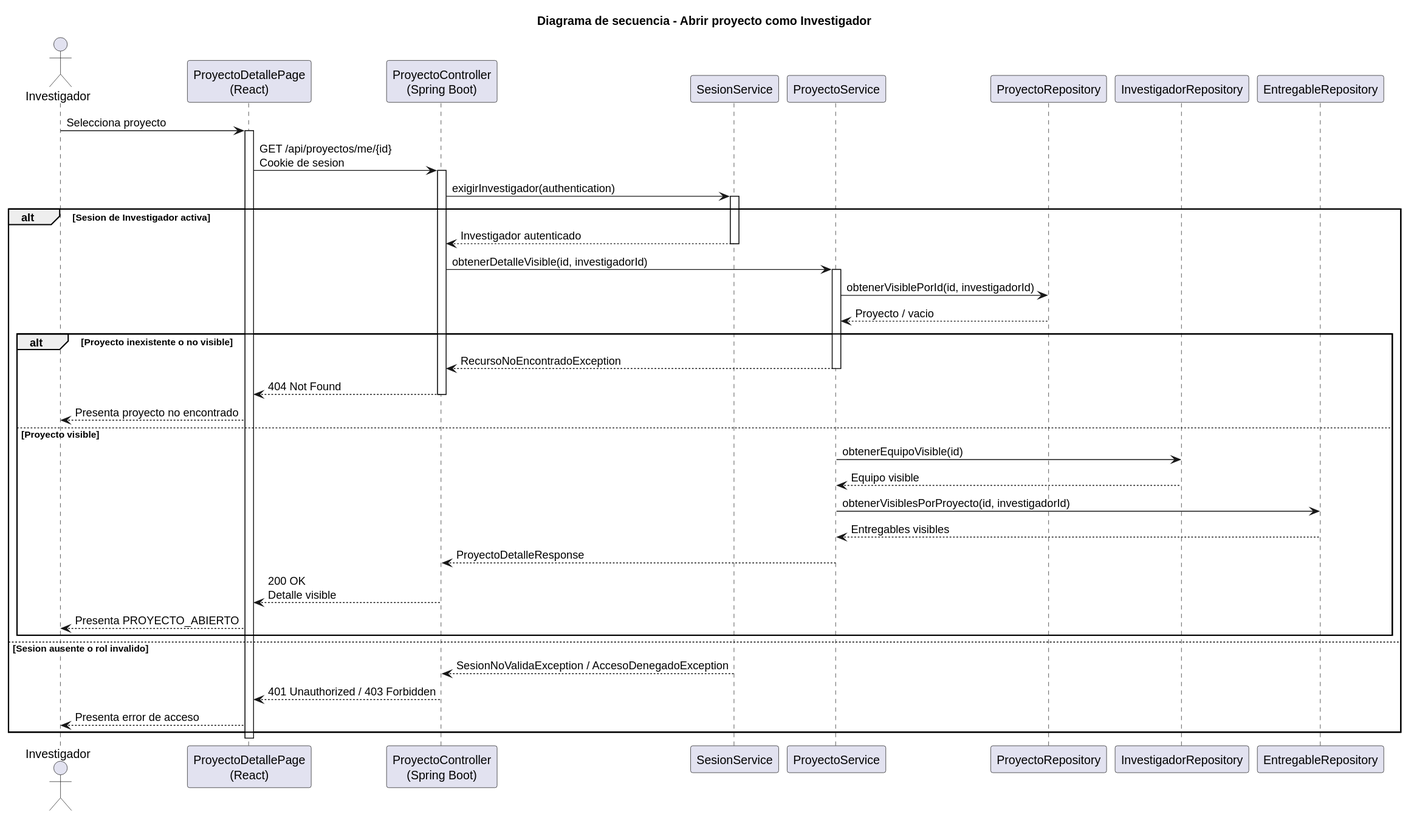
Above: images/RUP/02-diseño/casos-uso/investigador/abrirProyecto/secuencia.svg in beatriizorozco/25-26-idsw2-sdVC (PlantUML), before the change. The source it was exported from:
```plantuml
@startuml
title Diagrama de secuencia - Abrir proyecto como Investigador

actor Investigador
participant "ProyectoDetallePage\n(React)" as Frontend
participant "ProyectoController\n(Spring Boot)" as Api
participant "SesionService" as Sesion
participant "ProyectoService" as Service
participant "ProyectoRepository" as Repo
participant "InvestigadorRepository" as InvestigadorRepo
participant "EntregableRepository" as EntregableRepo

Investigador -> Frontend: Selecciona proyecto
activate Frontend
Frontend -> Api: GET /api/proyectos/me/{id}\nCookie de sesion
activate Api
Api -> Sesion: exigirInvestigador(authentication)
activate Sesion
alt Sesion de Investigador activa
    Sesion --> Api: Investigador autenticado
    deactivate Sesion
    Api -> Service: obtenerDetalleVisible(id, investigadorId)
    activate Service
    Service -> Repo: obtenerVisiblePorId(id, investigadorId)
    Repo --> Service: Proyecto / vacio
    alt Proyecto inexistente o no visible
        Service --> Api: RecursoNoEncontradoException
        deactivate Service
        Api --> Frontend: 404 Not Found
        deactivate Api
        Frontend --> Investigador: Presenta proyecto no encontrado
    else Proyecto visible
        Service -> InvestigadorRepo: obtenerEquipoVisible(id)
        InvestigadorRepo --> Service: Equipo visible
        Service -> EntregableRepo: obtenerVisiblesPorProyecto(id, investigadorId)
        EntregableRepo --> Service: Entregables visibles
        Service --> Api: ProyectoDetalleResponse
        deactivate Service
        Api --> Frontend: 200 OK\nDetalle visible
        deactivate Api
        Frontend --> Investigador: Presenta PROYECTO_ABIERTO
    end
else Sesion ausente o rol invalido
    Sesion --> Api: SesionNoValidaException / AccesoDenegadoException
    deactivate Sesion
    Api --> Frontend: 401 Unauthorized / 403 Forbidden
    deactivate Api
    Frontend --> Investigador: Presenta error de acceso
end
deactivate Frontend
@enduml
```
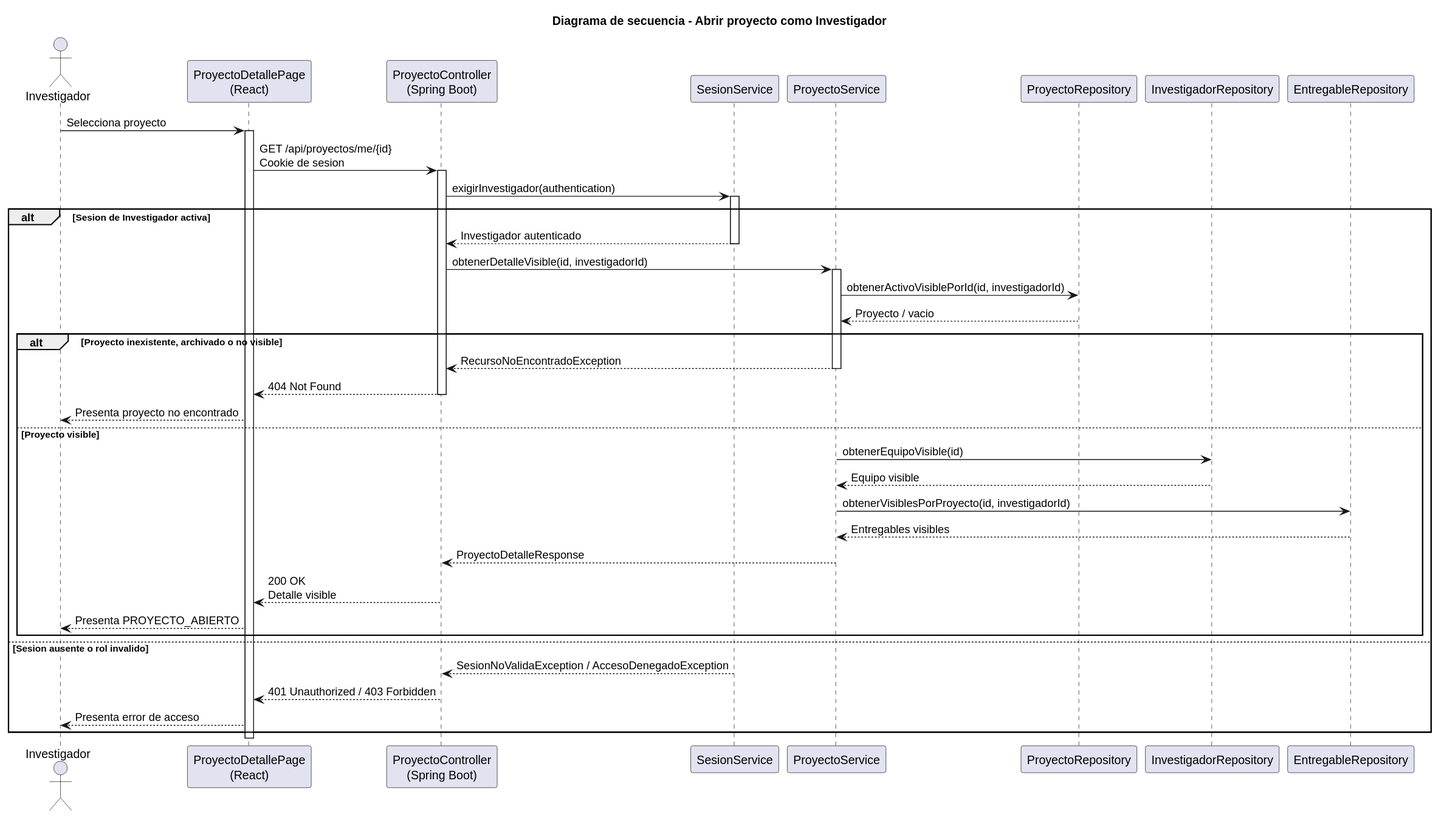
The same diagram one commit later.

What changed in the source:
```diff
@@ -21,9 +21,9 @@
     deactivate Sesion
     Api -> Service: obtenerDetalleVisible(id, investigadorId)
     activate Service
-    Service -> Repo: obtenerVisiblePorId(id, investigadorId)
+    Service -> Repo: obtenerActivoVisiblePorId(id, investigadorId)
     Repo --> Service: Proyecto / vacio
-    alt Proyecto inexistente o no visible
+    alt Proyecto inexistente, archivado o no visible
         Service --> Api: RecursoNoEncontradoException
         deactivate Service
         Api --> Frontend: 404 Not Found
```
